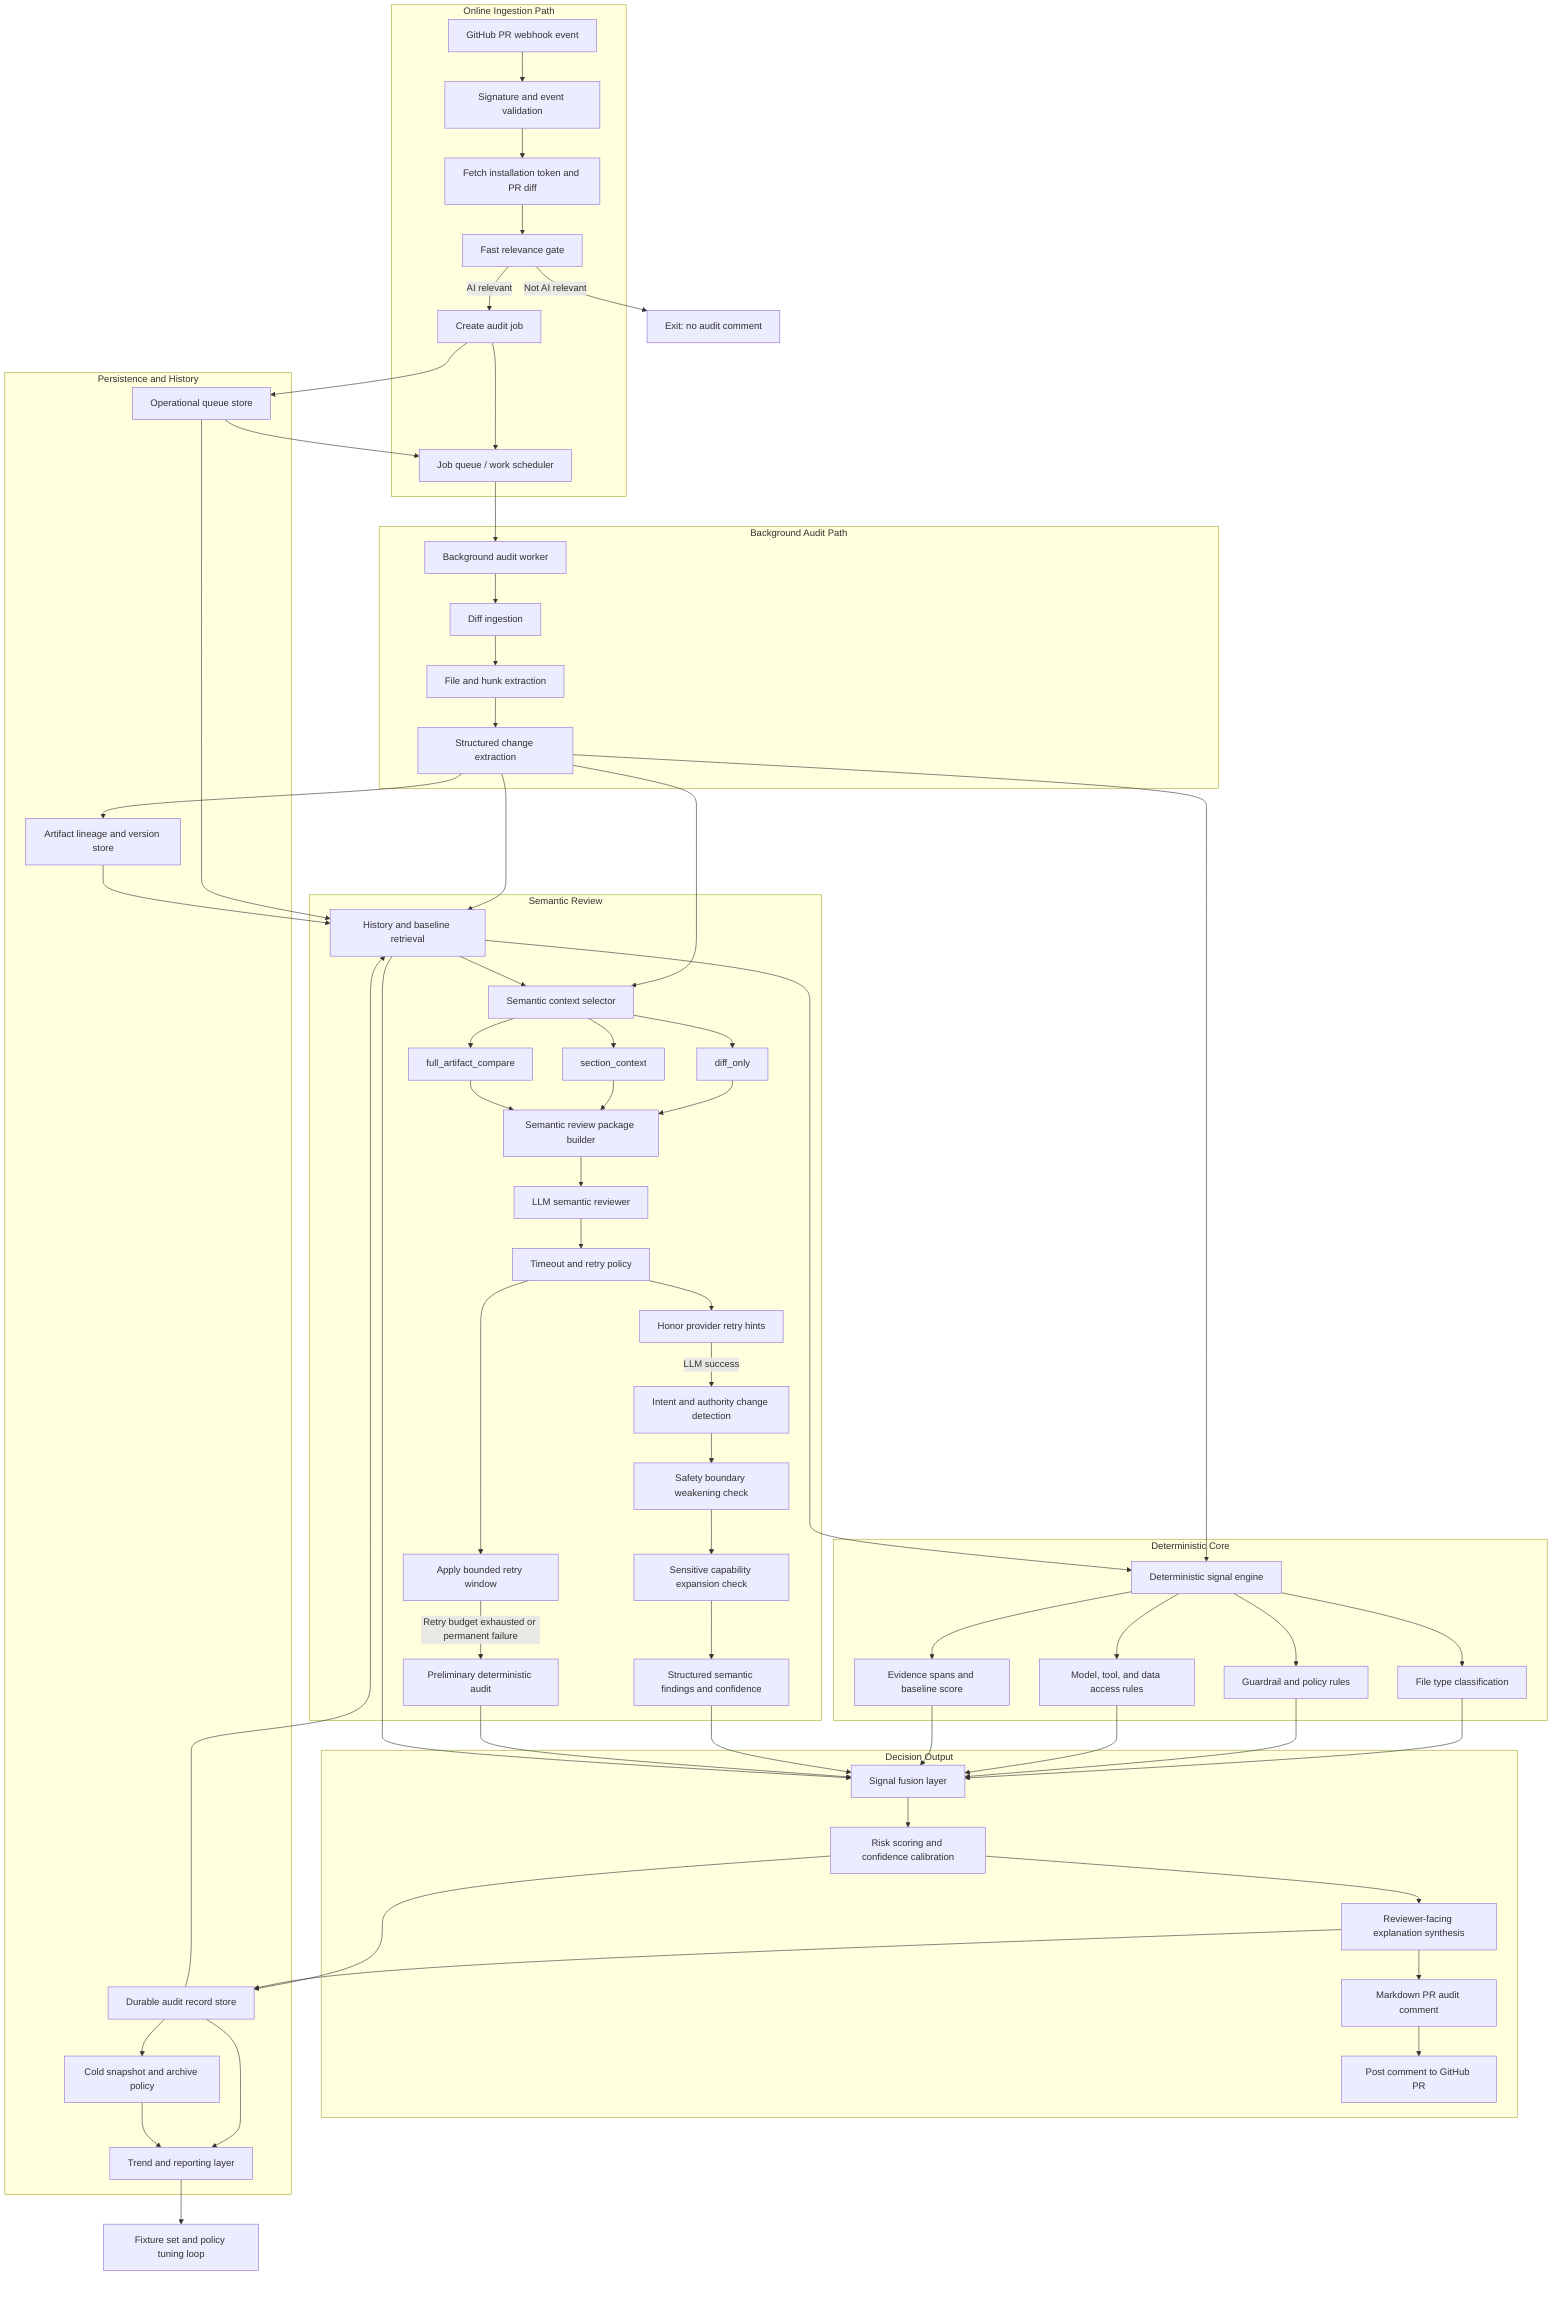
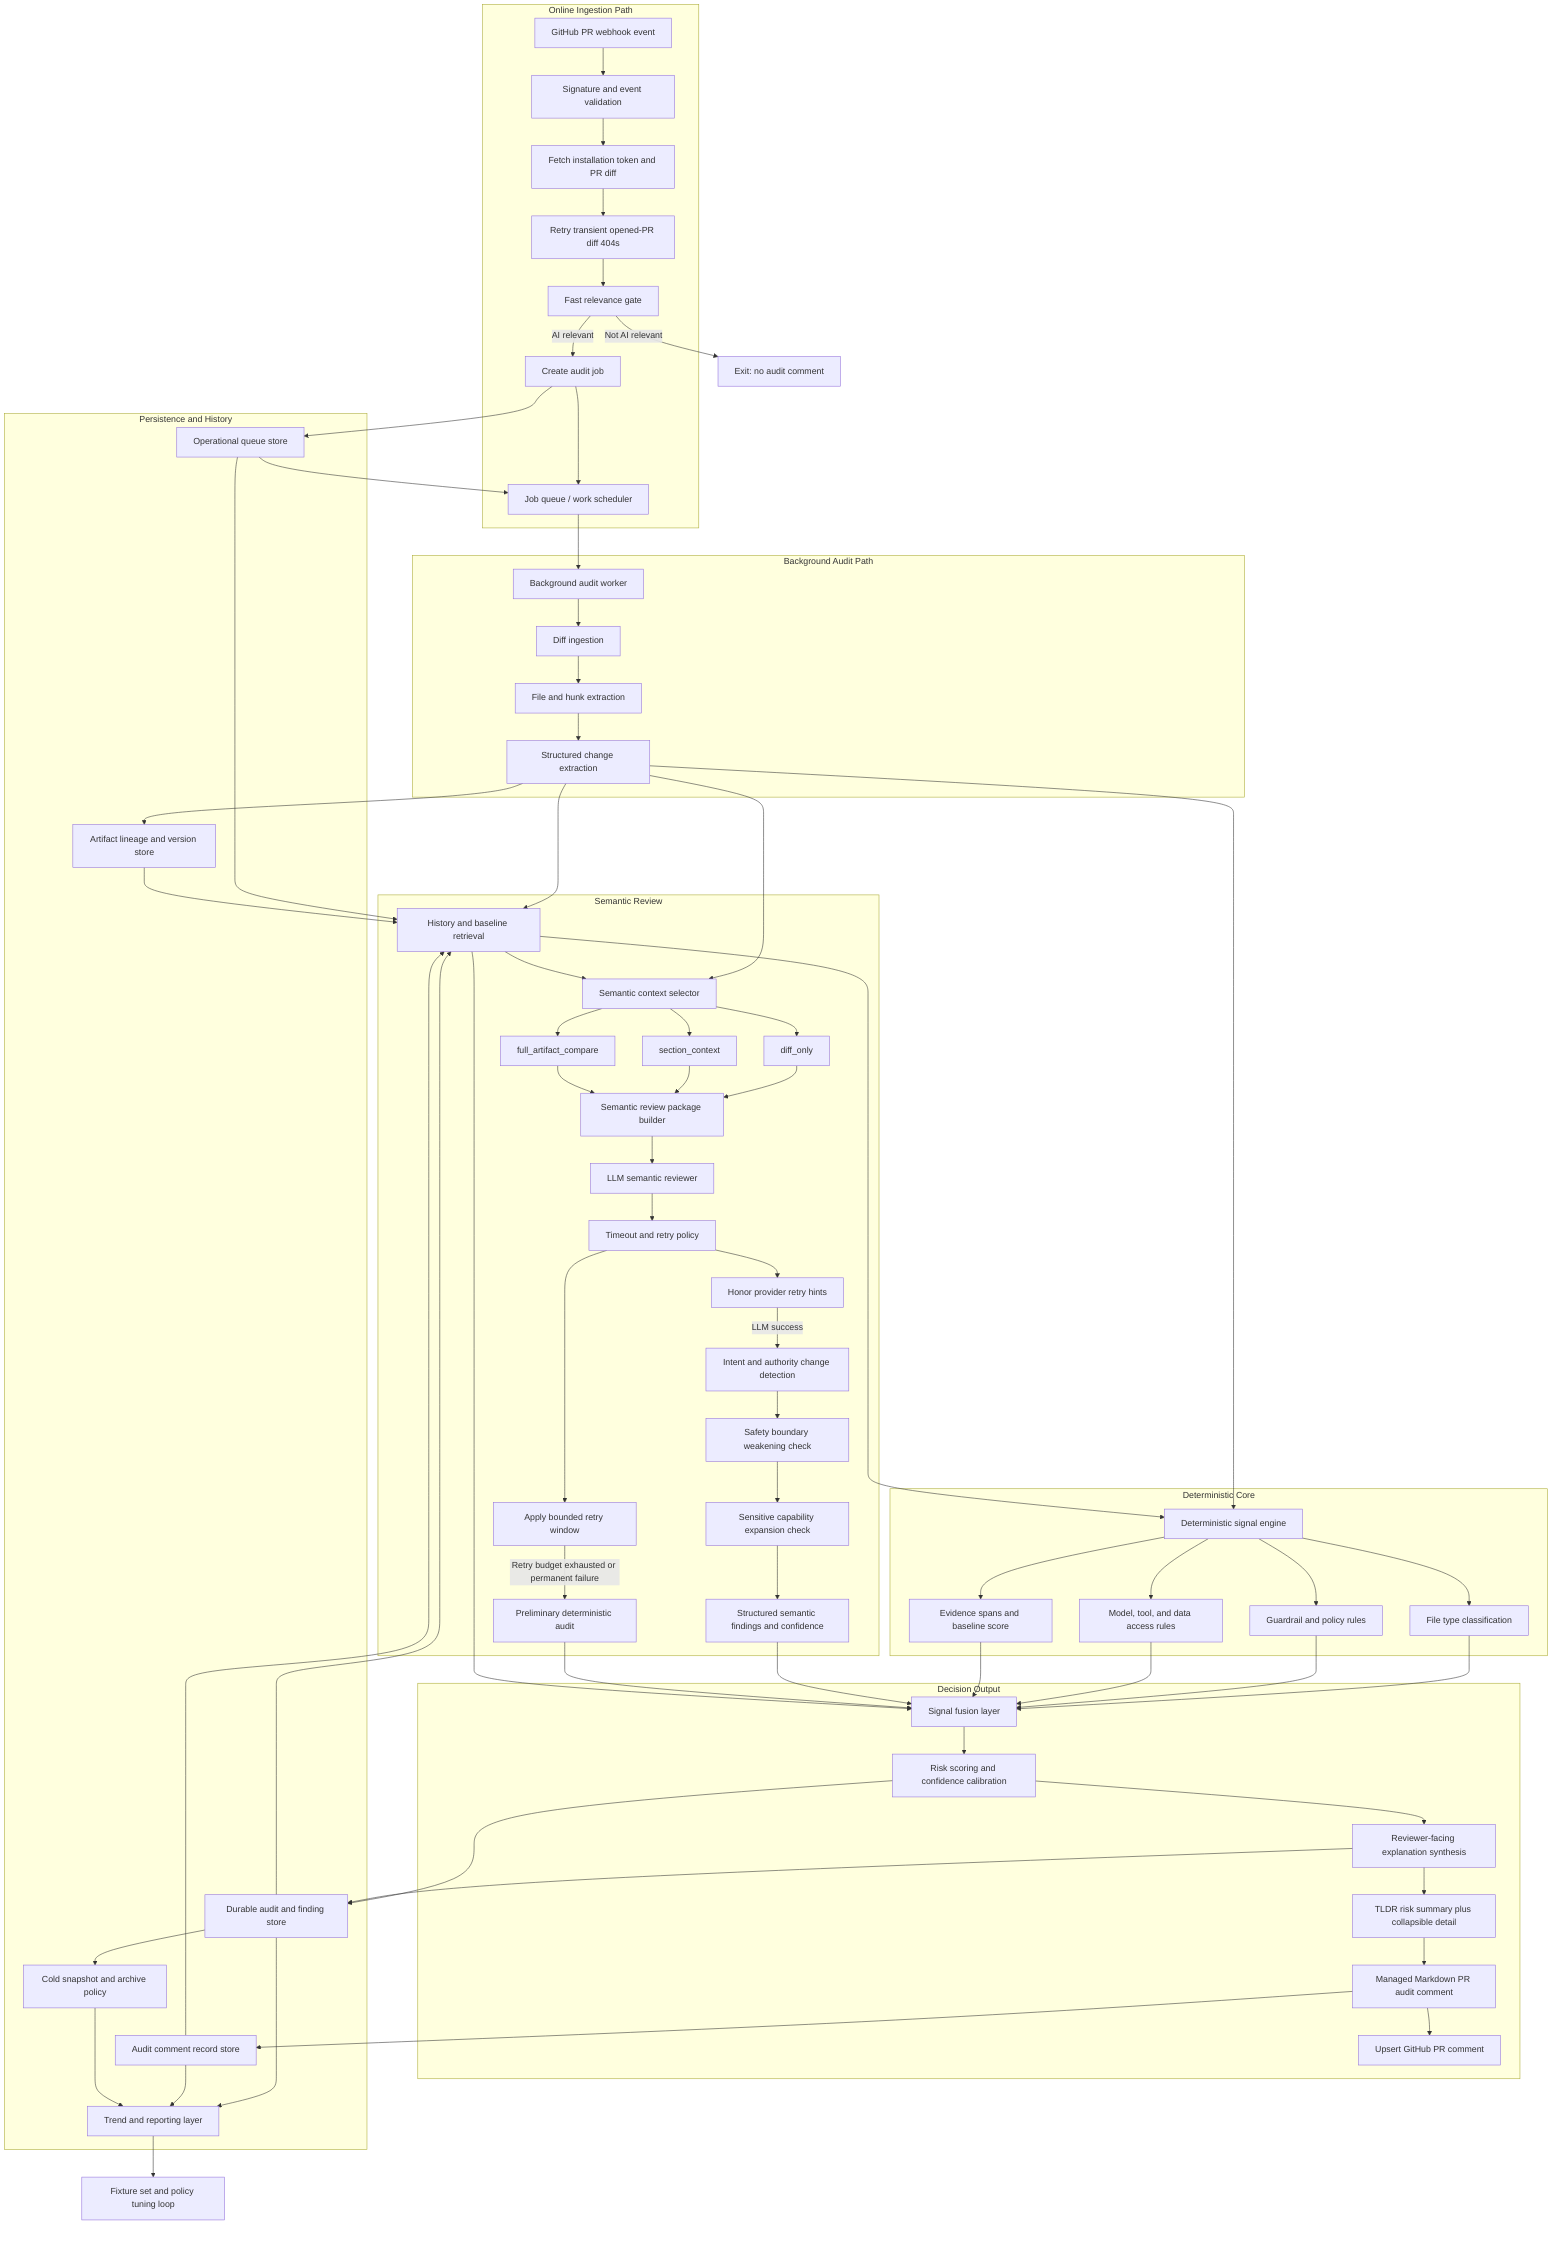
flowchart TD
    A[GitHub PR webhook event] --> A1[Signature and event validation]
    A1 --> A2[Fetch installation token and PR diff]
-     A2 --> A3[Fast relevance gate]
+     A2 --> A2B[Retry transient opened-PR diff 404s]
+     A2B --> A3[Fast relevance gate]

    A3 -->|Not AI relevant| Z1[Exit: no audit comment]
    A3 -->|AI relevant| Q1[Create audit job]
    Q1 --> Q2[Job queue / work scheduler]
    Q2 --> Q3[Background audit worker]

    Q3 --> B[Diff ingestion]
    B --> C[File and hunk extraction]
    C --> D[Structured change extraction]

    D --> R[History and baseline retrieval]
    D --> X[Semantic context selector]
    D --> F[Deterministic signal engine]
    R --> X
    R --> F
    X --> X1[diff_only]
    X --> X2[section_context]
    X --> X3[full_artifact_compare]
    X1 --> Y[Semantic review package builder]
    X2 --> Y
    X3 --> Y
    Y --> G[LLM semantic reviewer]

    F --> F1[File type classification]
    F --> F2[Guardrail and policy rules]
    F --> F3[Model, tool, and data access rules]
    F --> F4[Evidence spans and baseline score]

    G --> G0[Timeout and retry policy]
    G0 --> G0A[Honor provider retry hints]
    G0 --> G0B[Apply bounded retry window]
    G0A -->|LLM success| G1[Intent and authority change detection]
    G0B -->|Retry budget exhausted or permanent failure| G5[Preliminary deterministic audit]
    G1 --> G2[Safety boundary weakening check]
    G2 --> G3[Sensitive capability expansion check]
    G3 --> G4[Structured semantic findings and confidence]

    F1 --> H[Signal fusion layer]
    F2 --> H
    F3 --> H
    F4 --> H
    G4 --> H
    G5 --> H
    R --> H

    H --> I[Risk scoring and confidence calibration]
    I --> J[Reviewer-facing explanation synthesis]
-     J --> K[Markdown PR audit comment]
-     K --> L[Post comment to GitHub PR]
+     J --> J1[TLDR risk summary plus collapsible detail]
+     J1 --> K[Managed Markdown PR audit comment]
+     K --> L[Upsert GitHub PR comment]

    Q1 --> P0[Operational queue store]
    D --> P1[Artifact lineage and version store]
-     I --> P2[Durable audit record store]
+     I --> P2[Durable audit and finding store]
    J --> P2
+     K --> P4[Audit comment record store]
    P0 --> Q2
    P0 --> R
    P1 --> R
    P2 --> R
+     P4 --> R
    P2 --> P3[Cold snapshot and archive policy]
    P2 --> M[Trend and reporting layer]
+     P4 --> M
    P3 --> M
    M --> N[Fixture set and policy tuning loop]

    subgraph Online Ingestion Path
        A
        A1
        A2
+         A2B
        A3
        Q1
        Q2
    end

    subgraph Background Audit Path
        Q3
        B
        C
        D
    end

    subgraph Deterministic Core
        F
        F1
        F2
        F3
        F4
    end

    subgraph Semantic Review
        R
        X
        X1
        X2
        X3
        Y
        G
        G0
        G0A
        G0B
        G1
        G2
        G3
        G4
        G5
    end

    subgraph Decision Output
        H
        I
        J
+         J1
        K
        L
    end

    subgraph Persistence and History
        P0
        P1
        P2
+         P4
        P3
        M
    end
